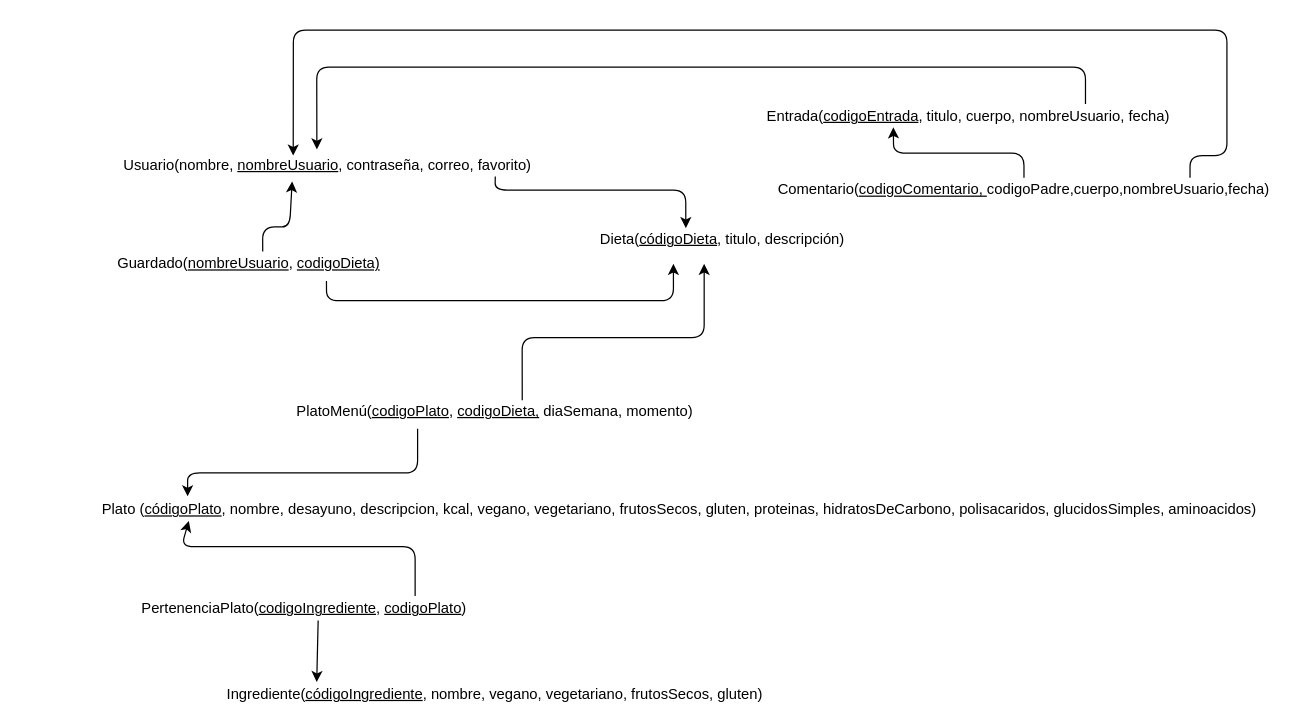
Above: diagramaRelacional.drawio in HylianPablo/SSW2020 (draw.io), before the change. Source tidied: cells renumbered, new cells numbered last; positions are measured from the earlier drawing's top-left corner, leaving out a move shared by most shapes. Both pictures are drawn from the tidied source at 123%, with x=0, y=0 at pixel (21, 30).
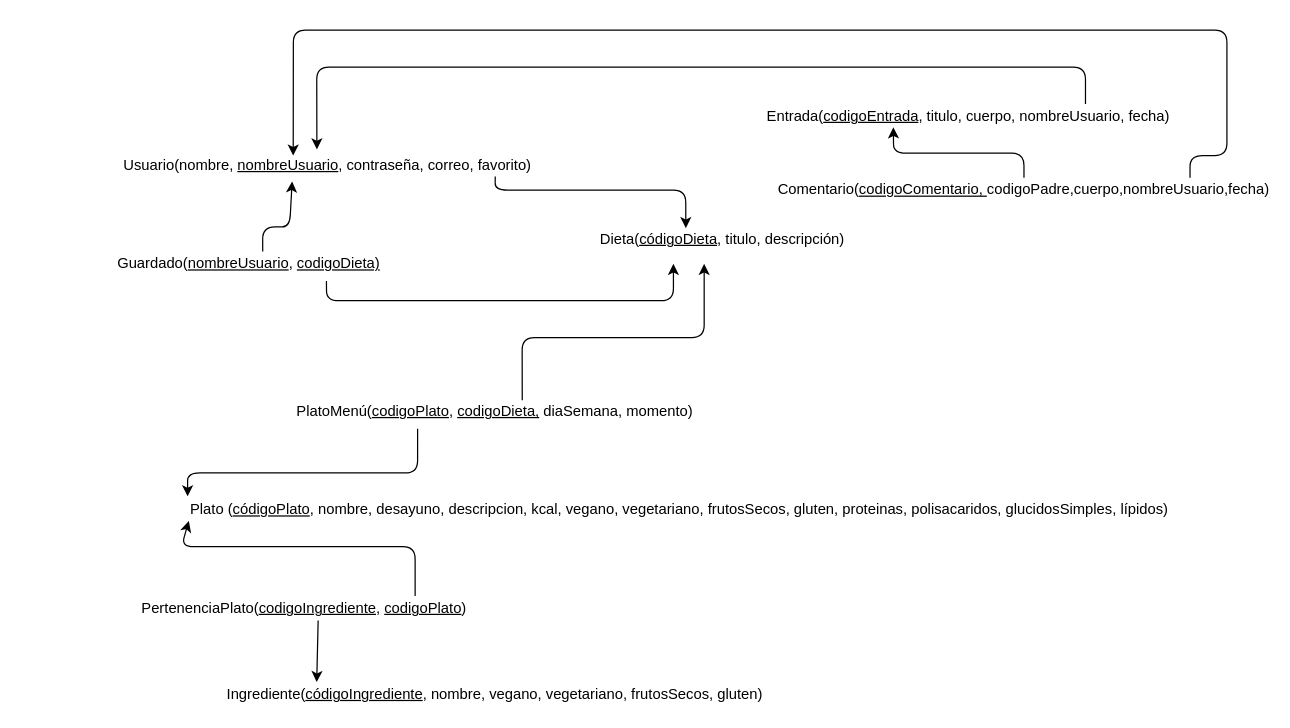
After the change.

The edit, as a diff of the source:
```diff
@@
-    <mxCell id="3" value="Plato (&lt;u&gt;códigoPlato&lt;/u&gt;, nombre, desayuno, descripcion, kcal, vegano, vegetariano, frutosSecos, gluten, proteinas, hidratosDeCarbono, polisacaridos, glucidosSimples, aminoacidos)" style="text;html=1;strokeColor=none;fillColor=none;align=center;verticalAlign=middle;whiteSpace=wrap;rounded=0;" parent="1" vertex="1">
+    <mxCell id="3" value="Plato (&lt;u&gt;códigoPlato&lt;/u&gt;, nombre, desayuno, descripcion, kcal, vegano, vegetariano, frutosSecos, gluten, proteinas, polisacaridos, glucidosSimples, lípidos)" style="text;html=1;strokeColor=none;fillColor=none;align=center;verticalAlign=middle;whiteSpace=wrap;rounded=0;" parent="1" vertex="1">
       <mxGeometry x="60" y="380" width="950" height="20" as="geometry" />
     </mxCell>
```
